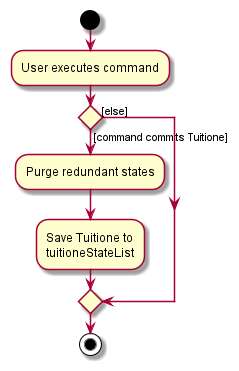
The PlantUML diagram docs/images/DeveloperGuideImage/CommitActivityDiagram.png in nus-cs2103-AY2122S1/tp, before a commit.
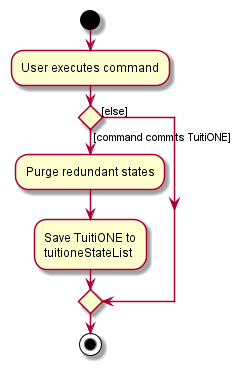
The same diagram one commit later.

The edit, as a diff of the source:
```diff
@@ -3,11 +3,13 @@
 :User executes command;
 
 
-if () then ([command commits Tuitione])
+if () then ([command commits TuitiONE])
     :Purge redundant states;
-    :Save Tuitione to
+    :Save TuitiONE to
     tuitioneStateList;
 else ([else])
+
 endif
+
 stop
 @enduml
```
